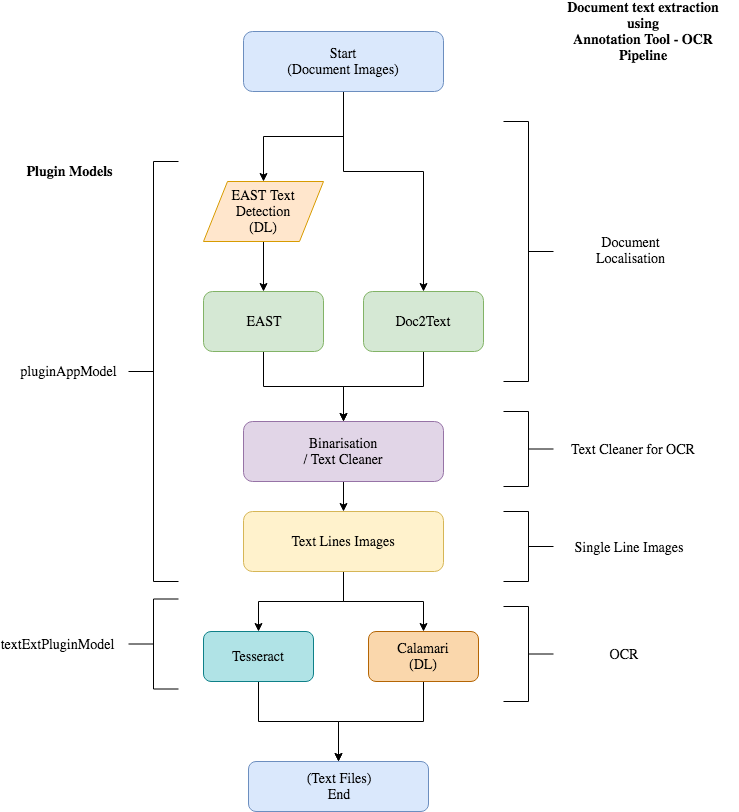
Above: docs/images/annotation_tool_ocr_pipeline.png in 3060458966/vitaFlow (draw.io), before the change. Source tidied: cells renumbered, new cells last; positions are measured from the earlier drawing's top-left corner, leaving out a move shared by most shapes.
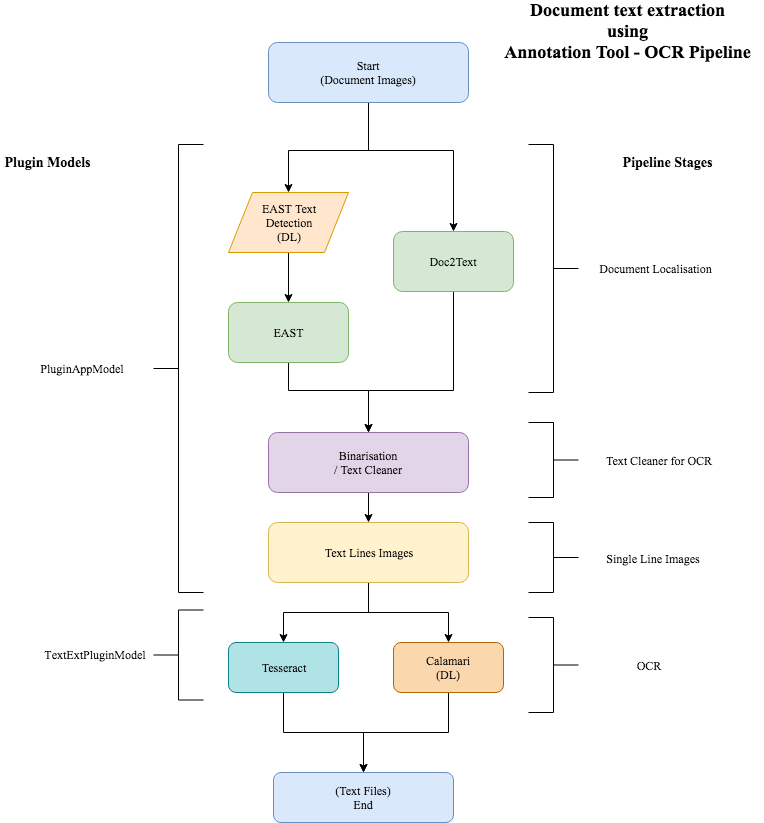
The same diagram one commit later.

Change to the diagram source:
```diff
@@ -2,109 +2,127 @@
   <root>
     <mxCell id="0" />
     <mxCell id="1" parent="0" />
-    <mxCell id="2" style="edgeStyle=orthogonalEdgeStyle;rounded=0;jettySize=auto;entryX=0.5;entryY=0;entryDx=0;entryDy=0;fontFamily=Garamond;fontSize=14;labelBorderColor=none;html=1;" parent="1" edge="1" source="4" target="10">
-      <mxGeometry relative="1" as="geometry" />
+    <mxCell id="2" style="edgeStyle=orthogonalEdgeStyle;rounded=0;jettySize=auto;entryX=0.5;entryY=0;entryDx=0;entryDy=0;fontFamily=Times New Roman;fontSize=12;labelBorderColor=none;html=1;" parent="1" edge="1" source="4" target="10">
+      <mxGeometry relative="1" as="geometry">
+        <Array as="points">
+          <mxPoint x="321" y="138" />
+          <mxPoint x="241" y="138" />
+        </Array>
+      </mxGeometry>
     </mxCell>
-    <mxCell id="3" style="edgeStyle=orthogonalEdgeStyle;rounded=0;jettySize=auto;entryX=0.5;entryY=0;entryDx=0;entryDy=0;fontFamily=Garamond;fontSize=14;labelBorderColor=none;html=1;" parent="1" edge="1" source="4" target="6">
+    <mxCell id="3" style="edgeStyle=orthogonalEdgeStyle;rounded=0;jettySize=auto;html=1;exitX=0.5;exitY=1;exitDx=0;exitDy=0;entryX=0.5;entryY=0;entryDx=0;entryDy=0;fontFamily=Times New Roman;fontSize=12;" parent="1" edge="1" source="4" target="6">
       <mxGeometry relative="1" as="geometry">
         <Array as="points">
-          <mxPoint x="321" y="170" />
-          <mxPoint x="401" y="170" />
+          <mxPoint x="321" y="138" />
+          <mxPoint x="406" y="138" />
         </Array>
       </mxGeometry>
     </mxCell>
-    <mxCell id="4" value="Start&lt;br style=&quot;font-size: 14px;&quot;&gt;(Document Images)&lt;br style=&quot;font-size: 14px;&quot;&gt;" style="rounded=1;whiteSpace=wrap;fillColor=#dae8fc;strokeColor=#6c8ebf;fontFamily=Garamond;fontSize=14;labelBorderColor=none;html=1;" parent="1" vertex="1">
+    <mxCell id="4" value="Start&lt;br style=&quot;font-size: 12px;&quot;&gt;(Document Images)&lt;br style=&quot;font-size: 12px;&quot;&gt;" style="rounded=1;whiteSpace=wrap;fillColor=#dae8fc;strokeColor=#6c8ebf;fontFamily=Times New Roman;fontSize=12;labelBorderColor=none;html=1;" parent="1" vertex="1">
       <mxGeometry x="221" y="30" width="200" height="60" as="geometry" />
     </mxCell>
-    <mxCell id="5" style="edgeStyle=orthogonalEdgeStyle;rounded=0;jettySize=auto;fontFamily=Garamond;fontSize=14;labelBorderColor=none;html=1;" parent="1" edge="1" source="6" target="12">
-      <mxGeometry relative="1" as="geometry" />
+    <mxCell id="5" style="edgeStyle=orthogonalEdgeStyle;rounded=0;jettySize=auto;fontFamily=Times New Roman;fontSize=12;labelBorderColor=none;html=1;" parent="1" edge="1" source="6" target="12">
+      <mxGeometry relative="1" as="geometry">
+        <Array as="points">
+          <mxPoint x="406" y="378" />
+          <mxPoint x="321" y="378" />
+        </Array>
+      </mxGeometry>
     </mxCell>
-    <mxCell id="6" value="Doc2Text" style="rounded=1;whiteSpace=wrap;fillColor=#d5e8d4;strokeColor=#82b366;fontFamily=Garamond;fontSize=14;labelBorderColor=none;html=1;" parent="1" vertex="1">
-      <mxGeometry x="341" y="290" width="120" height="60" as="geometry" />
+    <mxCell id="6" value="Doc2Text" style="rounded=1;whiteSpace=wrap;fillColor=#d5e8d4;strokeColor=#82b366;fontFamily=Times New Roman;fontSize=12;labelBorderColor=none;html=1;" parent="1" vertex="1">
+      <mxGeometry x="346" y="219" width="120" height="60" as="geometry" />
     </mxCell>
-    <mxCell id="7" style="edgeStyle=orthogonalEdgeStyle;rounded=0;jettySize=auto;fontFamily=Garamond;fontSize=14;labelBorderColor=none;html=1;" parent="1" edge="1" source="8" target="12">
-      <mxGeometry relative="1" as="geometry" />
+    <mxCell id="7" style="edgeStyle=orthogonalEdgeStyle;rounded=0;jettySize=auto;fontFamily=Times New Roman;fontSize=12;labelBorderColor=none;html=1;" parent="1" edge="1" source="8" target="12">
+      <mxGeometry relative="1" as="geometry">
+        <Array as="points">
+          <mxPoint x="241" y="378" />
+          <mxPoint x="321" y="378" />
+        </Array>
+      </mxGeometry>
     </mxCell>
-    <mxCell id="8" value="EAST" style="rounded=1;whiteSpace=wrap;fillColor=#d5e8d4;strokeColor=#82b366;fontFamily=Garamond;fontSize=14;labelBorderColor=none;html=1;" parent="1" vertex="1">
+    <mxCell id="8" value="EAST" style="rounded=1;whiteSpace=wrap;fillColor=#d5e8d4;strokeColor=#82b366;fontFamily=Times New Roman;fontSize=12;labelBorderColor=none;html=1;" parent="1" vertex="1">
       <mxGeometry x="181" y="290" width="120" height="60" as="geometry" />
     </mxCell>
-    <mxCell id="9" style="edgeStyle=orthogonalEdgeStyle;rounded=0;jettySize=auto;fontFamily=Garamond;fontSize=14;labelBorderColor=none;html=1;" parent="1" edge="1" source="10" target="8">
+    <mxCell id="9" style="edgeStyle=orthogonalEdgeStyle;rounded=0;jettySize=auto;fontFamily=Times New Roman;fontSize=12;labelBorderColor=none;html=1;" parent="1" edge="1" source="10" target="8">
       <mxGeometry relative="1" as="geometry" />
     </mxCell>
-    <mxCell id="10" value="EAST Text&lt;br style=&quot;font-size: 14px;&quot;&gt;Detection&lt;br style=&quot;font-size: 14px;&quot;&gt;(DL)&lt;br style=&quot;font-size: 14px;&quot;&gt;" style="shape=parallelogram;perimeter=parallelogramPerimeter;whiteSpace=wrap;fillColor=#ffe6cc;strokeColor=#d79b00;fontFamily=Garamond;fontSize=14;labelBorderColor=none;html=1;" parent="1" vertex="1">
+    <mxCell id="10" value="EAST Text&lt;br style=&quot;font-size: 12px;&quot;&gt;Detection&lt;br style=&quot;font-size: 12px;&quot;&gt;(DL)&lt;br style=&quot;font-size: 12px;&quot;&gt;" style="shape=parallelogram;perimeter=parallelogramPerimeter;whiteSpace=wrap;fillColor=#ffe6cc;strokeColor=#d79b00;fontFamily=Times New Roman;fontSize=12;labelBorderColor=none;html=1;" parent="1" vertex="1">
       <mxGeometry x="181" y="180" width="120" height="60" as="geometry" />
     </mxCell>
-    <mxCell id="11" style="edgeStyle=orthogonalEdgeStyle;rounded=0;jettySize=auto;fontFamily=Garamond;fontSize=14;labelBorderColor=none;html=1;" parent="1" edge="1" source="12" target="15">
+    <mxCell id="11" style="edgeStyle=orthogonalEdgeStyle;rounded=0;jettySize=auto;fontFamily=Times New Roman;fontSize=12;labelBorderColor=none;html=1;" parent="1" edge="1" source="12" target="15">
       <mxGeometry relative="1" as="geometry" />
     </mxCell>
-    <mxCell id="12" value="Binarisation&lt;br style=&quot;font-size: 14px;&quot;&gt;/ Text Cleaner&lt;br style=&quot;font-size: 14px;&quot;&gt;" style="rounded=1;whiteSpace=wrap;fillColor=#e1d5e7;strokeColor=#9673a6;fontFamily=Garamond;fontSize=14;labelBorderColor=none;html=1;" parent="1" vertex="1">
+    <mxCell id="12" value="Binarisation&lt;br style=&quot;font-size: 12px;&quot;&gt;/ Text Cleaner&lt;br style=&quot;font-size: 12px;&quot;&gt;" style="rounded=1;whiteSpace=wrap;fillColor=#e1d5e7;strokeColor=#9673a6;fontFamily=Times New Roman;fontSize=12;labelBorderColor=none;html=1;" parent="1" vertex="1">
       <mxGeometry x="221" y="420" width="200" height="60" as="geometry" />
     </mxCell>
-    <mxCell id="13" style="edgeStyle=orthogonalEdgeStyle;rounded=0;jettySize=auto;fontFamily=Garamond;fontSize=14;labelBorderColor=none;html=1;" parent="1" edge="1" source="15" target="17">
+    <mxCell id="13" style="edgeStyle=orthogonalEdgeStyle;rounded=0;jettySize=auto;fontFamily=Times New Roman;fontSize=12;labelBorderColor=none;html=1;" parent="1" edge="1" source="15" target="17">
       <mxGeometry relative="1" as="geometry" />
     </mxCell>
-    <mxCell id="14" style="edgeStyle=orthogonalEdgeStyle;rounded=0;jettySize=auto;exitX=0.5;exitY=1;exitDx=0;exitDy=0;entryX=0.5;entryY=0;entryDx=0;entryDy=0;fontFamily=Garamond;fontSize=14;labelBorderColor=none;html=1;" parent="1" edge="1" source="15" target="20">
+    <mxCell id="14" style="edgeStyle=orthogonalEdgeStyle;rounded=0;jettySize=auto;exitX=0.5;exitY=1;exitDx=0;exitDy=0;entryX=0.5;entryY=0;entryDx=0;entryDy=0;fontFamily=Times New Roman;fontSize=12;labelBorderColor=none;html=1;" parent="1" edge="1" source="15" target="20">
       <mxGeometry relative="1" as="geometry" />
     </mxCell>
-    <mxCell id="15" value="Text Lines Images" style="rounded=1;whiteSpace=wrap;fillColor=#fff2cc;strokeColor=#d6b656;fontFamily=Garamond;fontSize=14;labelBorderColor=none;html=1;" parent="1" vertex="1">
+    <mxCell id="15" value="Text Lines Images" style="rounded=1;whiteSpace=wrap;fillColor=#fff2cc;strokeColor=#d6b656;fontFamily=Times New Roman;fontSize=12;labelBorderColor=none;html=1;" parent="1" vertex="1">
       <mxGeometry x="221" y="510" width="200" height="60" as="geometry" />
     </mxCell>
-    <mxCell id="16" style="edgeStyle=orthogonalEdgeStyle;rounded=0;jettySize=auto;fontFamily=Garamond;fontSize=14;labelBorderColor=none;html=1;" parent="1" edge="1" source="17" target="18">
+    <mxCell id="16" style="edgeStyle=orthogonalEdgeStyle;rounded=0;jettySize=auto;fontFamily=Times New Roman;fontSize=12;labelBorderColor=none;html=1;" parent="1" edge="1" source="17" target="18">
       <mxGeometry relative="1" as="geometry" />
     </mxCell>
-    <mxCell id="17" value="Tesseract" style="rounded=1;whiteSpace=wrap;fillColor=#b0e3e6;strokeColor=#0e8088;fontFamily=Garamond;fontSize=14;labelBorderColor=none;html=1;" parent="1" vertex="1">
+    <mxCell id="17" value="Tesseract" style="rounded=1;whiteSpace=wrap;fillColor=#b0e3e6;strokeColor=#0e8088;fontFamily=Times New Roman;fontSize=12;labelBorderColor=none;html=1;" parent="1" vertex="1">
       <mxGeometry x="181" y="630" width="110" height="50" as="geometry" />
     </mxCell>
-    <mxCell id="18" value="(Text Files)&lt;br style=&quot;font-size: 14px;&quot;&gt;End&lt;br style=&quot;font-size: 14px;&quot;&gt;" style="rounded=1;whiteSpace=wrap;fillColor=#dae8fc;strokeColor=#6c8ebf;fontFamily=Garamond;fontSize=14;labelBorderColor=none;html=1;" parent="1" vertex="1">
+    <mxCell id="18" value="(Text Files)&lt;br style=&quot;font-size: 12px;&quot;&gt;End&lt;br style=&quot;font-size: 12px;&quot;&gt;" style="rounded=1;whiteSpace=wrap;fillColor=#dae8fc;strokeColor=#6c8ebf;fontFamily=Times New Roman;fontSize=12;labelBorderColor=none;html=1;" parent="1" vertex="1">
       <mxGeometry x="226" y="760" width="180" height="50" as="geometry" />
     </mxCell>
-    <mxCell id="19" style="edgeStyle=orthogonalEdgeStyle;rounded=0;jettySize=auto;entryX=0.5;entryY=0;entryDx=0;entryDy=0;fontFamily=Garamond;fontSize=14;labelBorderColor=none;html=1;" parent="1" edge="1" source="20" target="18">
+    <mxCell id="19" style="edgeStyle=orthogonalEdgeStyle;rounded=0;jettySize=auto;entryX=0.5;entryY=0;entryDx=0;entryDy=0;fontFamily=Times New Roman;fontSize=12;labelBorderColor=none;html=1;" parent="1" edge="1" source="20" target="18">
       <mxGeometry relative="1" as="geometry" />
     </mxCell>
-    <mxCell id="20" value="Calamari&lt;br style=&quot;font-size: 14px;&quot;&gt;(DL)&lt;br style=&quot;font-size: 14px;&quot;&gt;" style="rounded=1;whiteSpace=wrap;fillColor=#fad7ac;strokeColor=#b46504;fontFamily=Garamond;fontSize=14;labelBorderColor=none;html=1;" parent="1" vertex="1">
+    <mxCell id="20" value="Calamari&lt;br style=&quot;font-size: 12px;&quot;&gt;(DL)&lt;br style=&quot;font-size: 12px;&quot;&gt;" style="rounded=1;whiteSpace=wrap;fillColor=#fad7ac;strokeColor=#b46504;fontFamily=Times New Roman;fontSize=12;labelBorderColor=none;html=1;" parent="1" vertex="1">
       <mxGeometry x="346" y="630" width="110" height="50" as="geometry" />
     </mxCell>
-    <mxCell id="21" style="strokeWidth=1;shape=mxgraph.flowchart.annotation_2;align=left;rotation=180;fontFamily=Garamond;fontSize=14;labelBorderColor=none;html=1;" parent="1" vertex="1">
-      <mxGeometry x="481" y="120" width="50" height="260" as="geometry" />
+    <mxCell id="21" style="strokeWidth=1;shape=mxgraph.flowchart.annotation_2;align=left;rotation=180;fontFamily=Times New Roman;fontSize=12;labelBorderColor=none;html=1;" parent="1" vertex="1">
+      <mxGeometry x="481" y="132" width="50" height="248" as="geometry" />
     </mxCell>
-    <mxCell id="22" style="strokeWidth=1;shape=mxgraph.flowchart.annotation_2;align=left;rotation=180;fontFamily=Garamond;fontSize=14;labelBorderColor=none;html=1;" parent="1" vertex="1">
+    <mxCell id="22" style="strokeWidth=1;shape=mxgraph.flowchart.annotation_2;align=left;rotation=180;fontFamily=Times New Roman;fontSize=12;labelBorderColor=none;html=1;" parent="1" vertex="1">
       <mxGeometry x="481" y="410" width="50" height="75" as="geometry" />
     </mxCell>
-    <mxCell id="23" style="strokeWidth=1;shape=mxgraph.flowchart.annotation_2;align=left;rotation=180;fontFamily=Garamond;fontSize=14;labelBorderColor=none;html=1;" parent="1" vertex="1">
+    <mxCell id="23" style="strokeWidth=1;shape=mxgraph.flowchart.annotation_2;align=left;rotation=180;fontFamily=Times New Roman;fontSize=12;labelBorderColor=none;html=1;" parent="1" vertex="1">
       <mxGeometry x="481" y="510" width="50" height="70" as="geometry" />
     </mxCell>
-    <mxCell id="24" style="strokeWidth=1;shape=mxgraph.flowchart.annotation_2;align=left;rotation=180;fontFamily=Garamond;fontSize=14;labelBorderColor=none;html=1;" parent="1" vertex="1">
+    <mxCell id="24" style="strokeWidth=1;shape=mxgraph.flowchart.annotation_2;align=left;rotation=180;fontFamily=Times New Roman;fontSize=12;labelBorderColor=none;html=1;" parent="1" vertex="1">
       <mxGeometry x="481" y="605" width="50" height="95" as="geometry" />
     </mxCell>
-    <mxCell id="25" value="Document Localisation" style="text;strokeColor=none;fillColor=none;align=center;verticalAlign=middle;whiteSpace=wrap;rounded=0;fontFamily=Garamond;fontSize=14;labelBorderColor=none;html=1;" parent="1" vertex="1">
-      <mxGeometry x="546" y="239" width="125" height="20" as="geometry" />
+    <mxCell id="25" value="Document Localisation" style="text;strokeColor=none;fillColor=none;align=center;verticalAlign=middle;whiteSpace=wrap;rounded=0;fontFamily=Times New Roman;fontSize=12;labelBorderColor=none;html=1;" parent="1" vertex="1">
+      <mxGeometry x="546" y="246" width="125" height="20" as="geometry" />
     </mxCell>
-    <mxCell id="26" value="Text Cleaner for OCR" style="text;strokeColor=none;fillColor=none;align=center;verticalAlign=middle;whiteSpace=wrap;rounded=0;fontFamily=Garamond;fontSize=14;labelBorderColor=none;html=1;" parent="1" vertex="1">
+    <mxCell id="26" value="Text Cleaner for OCR" style="text;strokeColor=none;fillColor=none;align=center;verticalAlign=middle;whiteSpace=wrap;rounded=0;fontFamily=Times New Roman;fontSize=12;labelBorderColor=none;html=1;" parent="1" vertex="1">
       <mxGeometry x="546" y="418" width="130" height="60" as="geometry" />
     </mxCell>
-    <mxCell id="27" value="Single Line Images" style="text;strokeColor=none;fillColor=none;align=center;verticalAlign=middle;whiteSpace=wrap;rounded=0;fontFamily=Garamond;fontSize=14;labelBorderColor=none;html=1;" parent="1" vertex="1">
+    <mxCell id="27" value="Single Line Images" style="text;strokeColor=none;fillColor=none;align=center;verticalAlign=middle;whiteSpace=wrap;rounded=0;fontFamily=Times New Roman;fontSize=12;labelBorderColor=none;html=1;" parent="1" vertex="1">
       <mxGeometry x="546" y="518" width="120" height="55" as="geometry" />
     </mxCell>
-    <mxCell id="28" value="OCR" style="text;strokeColor=none;fillColor=none;align=center;verticalAlign=middle;whiteSpace=wrap;rounded=0;fontFamily=Garamond;fontSize=14;labelBorderColor=none;html=1;" parent="1" vertex="1">
+    <mxCell id="28" value="OCR" style="text;strokeColor=none;fillColor=none;align=center;verticalAlign=middle;whiteSpace=wrap;rounded=0;fontFamily=Times New Roman;fontSize=12;labelBorderColor=none;html=1;" parent="1" vertex="1">
       <mxGeometry x="556" y="643" width="90" height="20" as="geometry" />
     </mxCell>
-    <mxCell id="29" value="&lt;b style=&quot;font-size: 14px;&quot;&gt;Document text extraction&lt;br style=&quot;font-size: 14px;&quot;&gt;using&lt;br style=&quot;font-size: 14px;&quot;&gt;Annotation Tool - OCR Pipeline&lt;/b&gt;" style="text;strokeColor=none;fillColor=none;align=center;verticalAlign=middle;whiteSpace=wrap;rounded=0;fontFamily=Garamond;fontSize=14;labelBorderColor=none;html=1;" parent="1" vertex="1">
-      <mxGeometry x="526" width="190" height="60" as="geometry" />
+    <mxCell id="29" value="&lt;b style=&quot;font-size: 18px&quot;&gt;Document text extraction&lt;br&gt;using&lt;br&gt;Annotation Tool - OCR Pipeline&lt;/b&gt;" style="text;strokeColor=none;fillColor=none;align=center;verticalAlign=middle;whiteSpace=wrap;rounded=0;fontFamily=Times New Roman;fontSize=12;labelBorderColor=none;html=1;" parent="1" vertex="1">
+      <mxGeometry x="445" y="-12" width="271" height="60" as="geometry" />
     </mxCell>
-    <mxCell id="30" style="strokeWidth=1;shape=mxgraph.flowchart.annotation_2;align=left;rotation=180;direction=west;fontFamily=Garamond;fontSize=14;labelBorderColor=none;html=1;" parent="1" vertex="1">
-      <mxGeometry x="106" y="160" width="50" height="420" as="geometry" />
+    <mxCell id="30" style="strokeWidth=1;shape=mxgraph.flowchart.annotation_2;align=left;rotation=180;direction=west;fontFamily=Times New Roman;fontSize=12;labelBorderColor=none;html=1;" parent="1" vertex="1">
+      <mxGeometry x="106" y="132" width="50" height="448" as="geometry" />
     </mxCell>
-    <mxCell id="31" style="strokeWidth=1;shape=mxgraph.flowchart.annotation_2;align=left;rotation=180;direction=west;fontFamily=Garamond;fontSize=14;labelBorderColor=none;html=1;" parent="1" vertex="1">
+    <mxCell id="31" style="strokeWidth=1;shape=mxgraph.flowchart.annotation_2;align=left;rotation=180;direction=west;fontFamily=Times New Roman;fontSize=12;labelBorderColor=none;html=1;" parent="1" vertex="1">
       <mxGeometry x="106" y="597.5" width="50" height="90" as="geometry" />
     </mxCell>
-    <mxCell id="32" value="&lt;span style=&quot;font-size: 14px;&quot;&gt;pluginAppModel&lt;/span&gt;" style="text;strokeColor=none;fillColor=none;align=center;verticalAlign=middle;whiteSpace=wrap;rounded=0;fontFamily=Garamond;fontSize=14;labelBorderColor=none;html=1;" parent="1" vertex="1">
-      <mxGeometry x="11" y="360" width="70" height="20" as="geometry" />
+    <mxCell id="32" value="&lt;span style=&quot;font-size: 12px;&quot;&gt;PluginAppModel&lt;/span&gt;" style="text;strokeColor=none;fillColor=none;align=center;verticalAlign=middle;whiteSpace=wrap;rounded=0;fontFamily=Times New Roman;fontSize=12;labelBorderColor=none;html=1;" parent="1" vertex="1">
+      <mxGeometry x="-0.5" y="346" width="70" height="20" as="geometry" />
     </mxCell>
-    <mxCell id="33" value="&lt;div style=&quot;font-size: 14px;&quot;&gt;&lt;div style=&quot;font-size: 14px;&quot;&gt;&lt;div style=&quot;font-size: 14px;&quot;&gt;textExtPluginModel&lt;/div&gt;&lt;/div&gt;&lt;/div&gt;" style="text;strokeColor=none;fillColor=none;align=center;verticalAlign=middle;whiteSpace=wrap;rounded=0;fontFamily=Garamond;fontSize=14;labelBorderColor=none;html=1;" parent="1" vertex="1">
-      <mxGeometry x="14" y="632.5" width="40" height="20" as="geometry" />
+    <mxCell id="33" value="&lt;div style=&quot;font-size: 12px&quot;&gt;&lt;div style=&quot;font-size: 12px&quot;&gt;&lt;div style=&quot;font-size: 12px&quot;&gt;T&lt;span&gt;extExtPluginModel&lt;/span&gt;&lt;/div&gt;&lt;/div&gt;&lt;/div&gt;" style="text;strokeColor=none;fillColor=none;align=center;verticalAlign=middle;whiteSpace=wrap;rounded=0;fontFamily=Times New Roman;fontSize=12;labelBorderColor=none;html=1;" parent="1" vertex="1">
+      <mxGeometry x="8.5" y="632" width="79" height="20" as="geometry" />
     </mxCell>
-    <mxCell id="34" value="&lt;span style=&quot;font-size: 14px&quot;&gt;&lt;b style=&quot;font-size: 14px&quot;&gt;Plugin Models&lt;/b&gt;&lt;/span&gt;" style="text;strokeColor=none;fillColor=none;align=center;verticalAlign=middle;whiteSpace=wrap;rounded=0;fontFamily=Garamond;fontSize=14;labelBorderColor=none;html=1;" parent="1" vertex="1">
-      <mxGeometry x="-0.5" y="160" width="93" height="20" as="geometry" />
+    <mxCell id="34" value="&lt;span style=&quot;font-size: 14px;&quot;&gt;&lt;b style=&quot;font-size: 14px;&quot;&gt;Plugin Models&lt;/b&gt;&lt;/span&gt;" style="text;strokeColor=none;fillColor=none;align=center;verticalAlign=middle;whiteSpace=wrap;rounded=0;fontFamily=Times New Roman;fontSize=14;labelBorderColor=none;html=1;" parent="1" vertex="1">
+      <mxGeometry x="-47" y="140" width="93" height="20" as="geometry" />
     </mxCell>
+    <mxCell id="35" value="&lt;span style=&quot;font-size: 14px&quot;&gt;&lt;b style=&quot;font-size: 14px&quot;&gt;Pipeline Stages&lt;/b&gt;&lt;/span&gt;" style="text;strokeColor=none;fillColor=none;align=center;verticalAlign=middle;whiteSpace=wrap;rounded=0;fontFamily=Times New Roman;fontSize=14;labelBorderColor=none;html=1;" parent="1" vertex="1">
+      <mxGeometry x="573" y="140" width="93" height="20" as="geometry" />
+    </mxCell>
   </root>
 </mxGraphModel>
```
